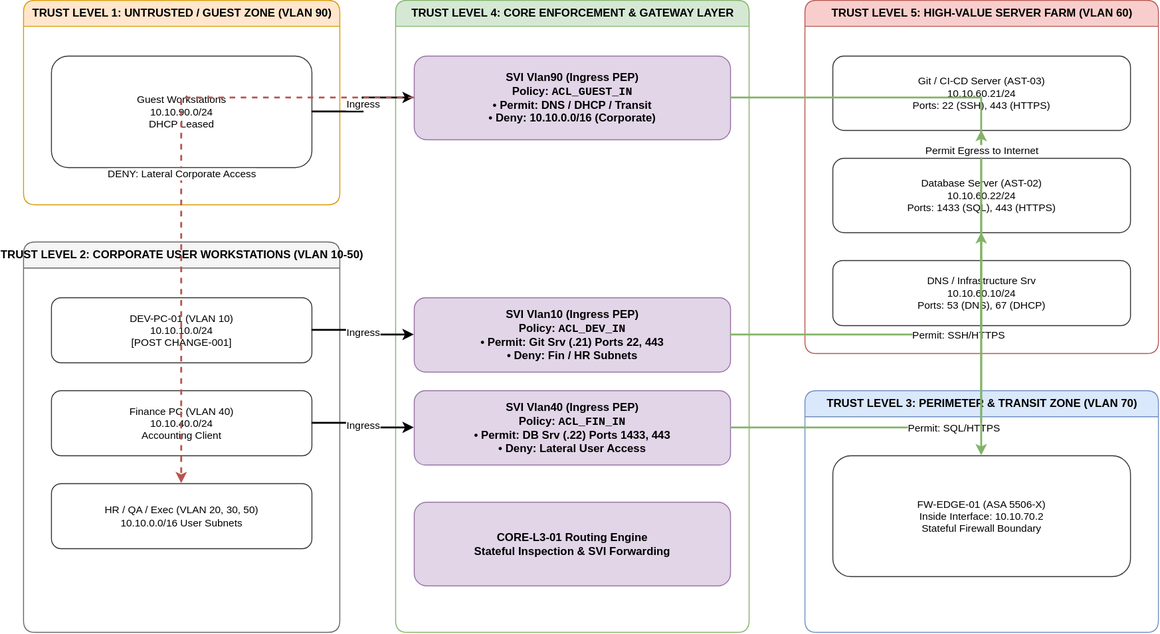
dec2609/enterprise-network-infrastructure-blueprint keeps this draw.io diagram as architecture/security/acl_security_boundary.svg. Above is the earlier version. Source tidied: cells renumbered, new cells last; positions are measured from the earlier drawing's top-left corner, leaving out a move shared by most shapes.
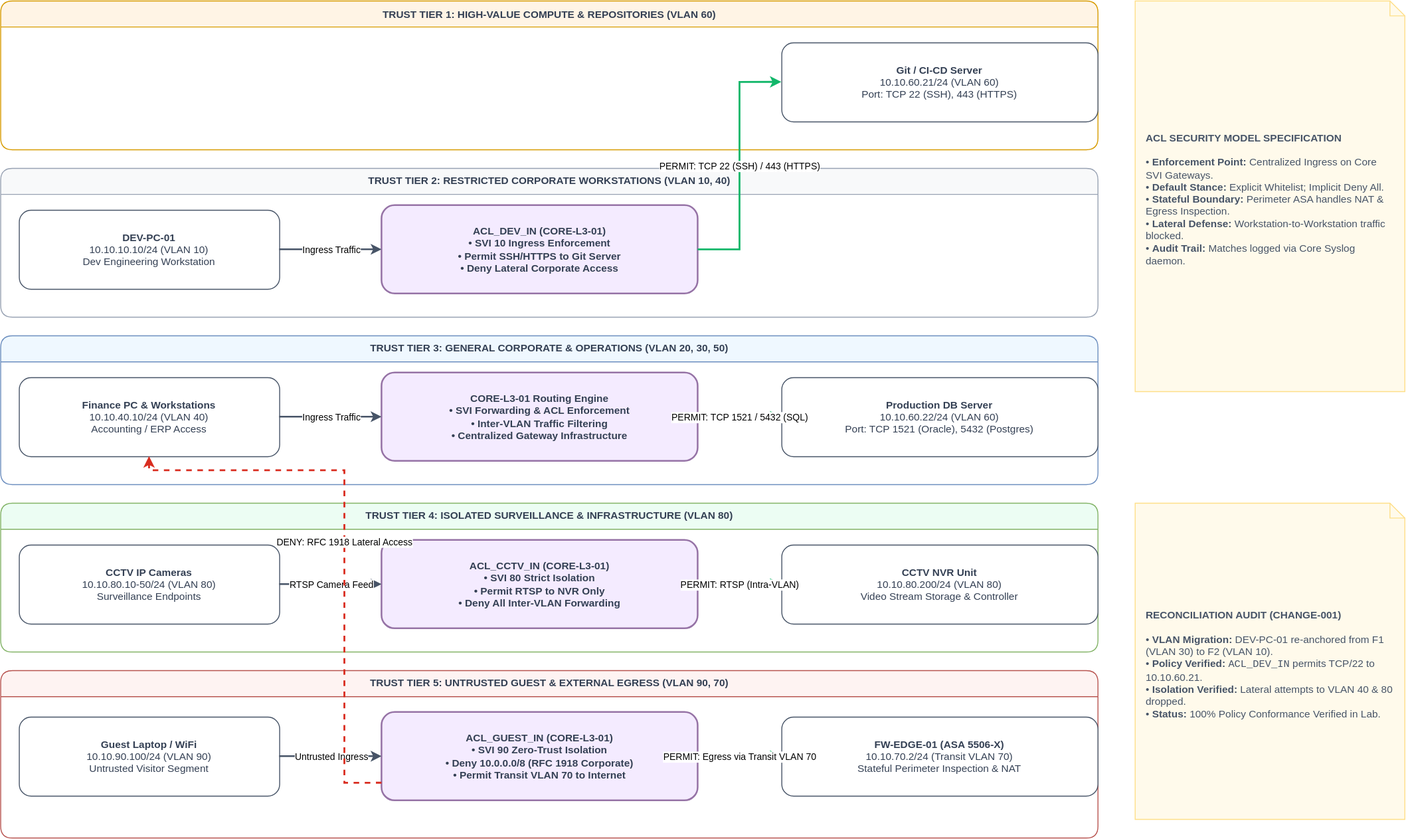
The same file after the commit.

Diff of the diagram source:
```diff
@@ -2,77 +2,100 @@
   <root>
     <mxCell id="0" />
     <mxCell id="1" parent="0" />
-    <mxCell id="2" value="TRUST LEVEL 1: UNTRUSTED / GUEST ZONE (VLAN 90)" style="swimlane;html=1;rounded=1;fillColor=#ffe6cc;strokeColor=#d79b00;fontStyle=1;startSize=28;" parent="1" vertex="1">
-      <mxGeometry width="340" height="220" as="geometry" />
-    </mxCell>
-    <mxCell id="3" value="TRUST LEVEL 2: CORPORATE USER WORKSTATIONS (VLAN 10-50)" style="swimlane;html=1;rounded=1;fillColor=#f5f5f5;strokeColor=#666666;fontStyle=1;startSize=28;" parent="1" vertex="1">
-      <mxGeometry y="260" width="340" height="420" as="geometry" />
-    </mxCell>
-    <mxCell id="4" value="TRUST LEVEL 4: CORE ENFORCEMENT &amp; GATEWAY LAYER" style="swimlane;html=1;rounded=1;fillColor=#d5e8d4;strokeColor=#82b366;fontStyle=1;startSize=28;" parent="1" vertex="1">
-      <mxGeometry x="400" width="380" height="680" as="geometry" />
-    </mxCell>
-    <mxCell id="5" value="TRUST LEVEL 5: HIGH-VALUE SERVER FARM (VLAN 60)" style="swimlane;html=1;rounded=1;fillColor=#f8cecc;strokeColor=#b85450;fontStyle=1;startSize=28;" parent="1" vertex="1">
-      <mxGeometry x="840" width="380" height="380" as="geometry" />
-    </mxCell>
-    <mxCell id="6" value="TRUST LEVEL 3: PERIMETER &amp; TRANSIT ZONE (VLAN 70)" style="swimlane;html=1;rounded=1;fillColor=#dae8fc;strokeColor=#6c8ebf;fontStyle=1;startSize=28;" parent="1" vertex="1">
-      <mxGeometry x="840" y="420" width="380" height="260" as="geometry" />
-    </mxCell>
-    <mxCell id="7" value="Guest Workstations&lt;br&gt;10.10.90.0/24&lt;br&gt;DHCP Leased" style="rounded=1;whiteSpace=wrap;html=1;fillColor=#ffffff;strokeColor=#333333;fontSize=11;" parent="1" vertex="1">
-      <mxGeometry x="30" y="60" width="280" height="120" as="geometry" />
-    </mxCell>
-    <mxCell id="8" value="DEV-PC-01 (VLAN 10)&lt;br&gt;10.10.10.0/24&lt;br&gt;[POST CHANGE-001]" style="rounded=1;whiteSpace=wrap;html=1;fillColor=#ffffff;strokeColor=#333333;fontSize=11;" parent="1" vertex="1">
-      <mxGeometry x="30" y="320" width="280" height="70" as="geometry" />
-    </mxCell>
-    <mxCell id="9" value="Finance PC (VLAN 40)&lt;br&gt;10.10.40.0/24&lt;br&gt;Accounting Client" style="rounded=1;whiteSpace=wrap;html=1;fillColor=#ffffff;strokeColor=#333333;fontSize=11;" parent="1" vertex="1">
-      <mxGeometry x="30" y="420" width="280" height="70" as="geometry" />
-    </mxCell>
-    <mxCell id="10" value="HR / QA / Exec (VLAN 20, 30, 50)&lt;br&gt;10.10.0.0/16 User Subnets" style="rounded=1;whiteSpace=wrap;html=1;fillColor=#ffffff;strokeColor=#333333;fontSize=11;" parent="1" vertex="1">
-      <mxGeometry x="30" y="520" width="280" height="70" as="geometry" />
-    </mxCell>
+    <mxCell id="26" value="TRUST TIER 1: HIGH-VALUE COMPUTE &amp; REPOSITORIES (VLAN 60)" style="swimlane;html=1;rounded=1;startSize=28;fontStyle=1;fontSize=11;fontColor=#344054;align=center;verticalAlign=middle;fontFamily=Arial, Helvetica, sans-serif;fillColor=#FFF4E5;strokeColor=#D79B00;swimlaneFillColor=#FFFFFF;" parent="1" vertex="1">
+      <mxGeometry x="-10" y="-10" width="1180" height="160" as="geometry" />
+    </mxCell>
+    <mxCell id="15" value="&lt;b&gt;Git / CI-CD Server&lt;/b&gt;&lt;br&gt;10.10.60.21/24 (VLAN 60)&lt;br&gt;Port: TCP 22 (SSH), 443 (HTTPS)" style="rounded=1;whiteSpace=wrap;html=1;fontSize=11;fontColor=#344054;align=center;verticalAlign=middle;fontFamily=Arial, Helvetica, sans-serif;fillColor=#FFFFFF;strokeColor=#475467;strokeWidth=1;" parent="26" vertex="1">
+      <mxGeometry x="840" y="45" width="340" height="85" as="geometry" />
+    </mxCell>
+    <mxCell id="27" value="TRUST TIER 2: RESTRICTED CORPORATE WORKSTATIONS (VLAN 10, 40)" style="swimlane;html=1;rounded=1;startSize=28;fontStyle=1;fontSize=11;fontColor=#344054;align=center;verticalAlign=middle;fontFamily=Arial, Helvetica, sans-serif;fillColor=#F8F9FA;strokeColor=#98A2B3;swimlaneFillColor=#FFFFFF;" parent="1" vertex="1">
+      <mxGeometry x="-10" y="170" width="1180" height="160" as="geometry" />
+    </mxCell>
+    <mxCell id="28" value="&lt;b&gt;DEV-PC-01&lt;/b&gt;&lt;br&gt;10.10.10.10/24 (VLAN 10)&lt;br&gt;Dev Engineering Workstation" style="rounded=1;whiteSpace=wrap;html=1;fontSize=11;fontColor=#344054;align=center;verticalAlign=middle;fontFamily=Arial, Helvetica, sans-serif;fillColor=#FFFFFF;strokeColor=#475467;strokeWidth=1;" parent="27" vertex="1">
+      <mxGeometry x="20" y="45" width="280" height="85" as="geometry" />
+    </mxCell>
+    <mxCell id="12" value="&lt;b&gt;ACL_DEV_IN (CORE-L3-01)&lt;/b&gt;&lt;br&gt;• SVI 10 Ingress Enforcement&lt;br&gt;• Permit SSH/HTTPS to Git Server&lt;br&gt;• Deny Lateral Corporate Access" style="rounded=1;whiteSpace=wrap;html=1;fontSize=11;fontColor=#344054;align=center;verticalAlign=middle;fontFamily=Arial, Helvetica, sans-serif;fillColor=#F4EBFF;strokeColor=#9673A6;strokeWidth=1.8;fontStyle=1;" parent="27" vertex="1">
+      <mxGeometry x="410" y="40" width="340" height="95" as="geometry" />
+    </mxCell>
+    <mxCell id="29" value="TRUST TIER 3: GENERAL CORPORATE &amp; OPERATIONS (VLAN 20, 30, 50)" style="swimlane;html=1;rounded=1;startSize=28;fontStyle=1;fontSize=11;fontColor=#344054;align=center;verticalAlign=middle;fontFamily=Arial, Helvetica, sans-serif;fillColor=#EFF8FF;strokeColor=#6C8EBF;swimlaneFillColor=#FFFFFF;" parent="1" vertex="1">
+      <mxGeometry x="-10" y="350" width="1180" height="160" as="geometry" />
+    </mxCell>
+    <mxCell id="30" value="&lt;b&gt;Finance PC &amp; Workstations&lt;/b&gt;&lt;br&gt;10.10.40.10/24 (VLAN 40)&lt;br&gt;Accounting / ERP Access" style="rounded=1;whiteSpace=wrap;html=1;fontSize=11;fontColor=#344054;align=center;verticalAlign=middle;fontFamily=Arial, Helvetica, sans-serif;fillColor=#FFFFFF;strokeColor=#475467;strokeWidth=1;" parent="29" vertex="1">
+      <mxGeometry x="20" y="45" width="280" height="85" as="geometry" />
+    </mxCell>
+    <mxCell id="31" value="&lt;b&gt;CORE-L3-01 Routing Engine&lt;/b&gt;&lt;br&gt;• SVI Forwarding &amp; ACL Enforcement&lt;br&gt;• Inter-VLAN Traffic Filtering&lt;br&gt;• Centralized Gateway Infrastructure" style="rounded=1;whiteSpace=wrap;html=1;fontSize=11;fontColor=#344054;align=center;verticalAlign=middle;fontFamily=Arial, Helvetica, sans-serif;fillColor=#F4EBFF;strokeColor=#9673A6;strokeWidth=1.8;fontStyle=1;" parent="29" vertex="1">
+      <mxGeometry x="410" y="40" width="340" height="95" as="geometry" />
+    </mxCell>
+    <mxCell id="16" value="&lt;b&gt;Production DB Server&lt;/b&gt;&lt;br&gt;10.10.60.22/24 (VLAN 60)&lt;br&gt;Port: TCP 1521 (Oracle), 5432 (Postgres)" style="rounded=1;whiteSpace=wrap;html=1;fontSize=11;fontColor=#344054;align=center;verticalAlign=middle;fontFamily=Arial, Helvetica, sans-serif;fillColor=#FFFFFF;strokeColor=#475467;strokeWidth=1;" parent="29" vertex="1">
+      <mxGeometry x="840" y="45" width="340" height="85" as="geometry" />
+    </mxCell>
+    <mxCell id="32" value="TRUST TIER 4: ISOLATED SURVEILLANCE &amp; INFRASTRUCTURE (VLAN 80)" style="swimlane;html=1;rounded=1;startSize=28;fontStyle=1;fontSize=11;fontColor=#344054;align=center;verticalAlign=middle;fontFamily=Arial, Helvetica, sans-serif;fillColor=#ECFDF3;strokeColor=#82B366;swimlaneFillColor=#FFFFFF;" parent="1" vertex="1">
+      <mxGeometry x="-10" y="530" width="1180" height="160" as="geometry" />
+    </mxCell>
+    <mxCell id="33" value="&lt;b&gt;CCTV IP Cameras&lt;/b&gt;&lt;br&gt;10.10.80.10-50/24 (VLAN 80)&lt;br&gt;Surveillance Endpoints" style="rounded=1;whiteSpace=wrap;html=1;fontSize=11;fontColor=#344054;align=center;verticalAlign=middle;fontFamily=Arial, Helvetica, sans-serif;fillColor=#FFFFFF;strokeColor=#475467;strokeWidth=1;" parent="32" vertex="1">
+      <mxGeometry x="20" y="45" width="280" height="85" as="geometry" />
+    </mxCell>
+    <mxCell id="34" value="&lt;b&gt;ACL_CCTV_IN (CORE-L3-01)&lt;/b&gt;&lt;br&gt;• SVI 80 Strict Isolation&lt;br&gt;• Permit RTSP to NVR Only&lt;br&gt;• Deny All Inter-VLAN Forwarding" style="rounded=1;whiteSpace=wrap;html=1;fontSize=11;fontColor=#344054;align=center;verticalAlign=middle;fontFamily=Arial, Helvetica, sans-serif;fillColor=#F4EBFF;strokeColor=#9673A6;strokeWidth=1.8;fontStyle=1;" parent="32" vertex="1">
+      <mxGeometry x="410" y="40" width="340" height="95" as="geometry" />
+    </mxCell>
+    <mxCell id="35" value="&lt;b&gt;CCTV NVR Unit&lt;/b&gt;&lt;br&gt;10.10.80.200/24 (VLAN 80)&lt;br&gt;Video Stream Storage &amp; Controller" style="rounded=1;whiteSpace=wrap;html=1;fontSize=11;fontColor=#344054;align=center;verticalAlign=middle;fontFamily=Arial, Helvetica, sans-serif;fillColor=#FFFFFF;strokeColor=#475467;strokeWidth=1;" parent="32" vertex="1">
+      <mxGeometry x="840" y="45" width="340" height="85" as="geometry" />
+    </mxCell>
+    <mxCell id="36" value="TRUST TIER 5: UNTRUSTED GUEST &amp; EXTERNAL EGRESS (VLAN 90, 70)" style="swimlane;html=1;rounded=1;startSize=28;fontStyle=1;fontSize=11;fontColor=#344054;align=center;verticalAlign=middle;fontFamily=Arial, Helvetica, sans-serif;fillColor=#FEF3F2;strokeColor=#B85450;swimlaneFillColor=#FFFFFF;" parent="1" vertex="1">
+      <mxGeometry x="-10" y="710" width="1180" height="180" as="geometry" />
+    </mxCell>
+    <mxCell id="37" value="&lt;b&gt;Guest Laptop / WiFi&lt;/b&gt;&lt;br&gt;10.10.90.100/24 (VLAN 90)&lt;br&gt;Untrusted Visitor Segment" style="rounded=1;whiteSpace=wrap;html=1;fontSize=11;fontColor=#344054;align=center;verticalAlign=middle;fontFamily=Arial, Helvetica, sans-serif;fillColor=#FFFFFF;strokeColor=#475467;strokeWidth=1;" parent="36" vertex="1">
+      <mxGeometry x="20" y="50" width="280" height="85" as="geometry" />
+    </mxCell>
-    <mxCell id="11" value="&lt;b&gt;SVI Vlan90 (Ingress PEP)&lt;/b&gt;&lt;br&gt;Policy: &lt;code&gt;ACL_GUEST_IN&lt;/code&gt;&lt;br&gt;• Permit: DNS / DHCP / Transit&lt;br&gt;• Deny: 10.10.0.0/16 (Corporate)" style="rounded=1;whiteSpace=wrap;html=1;fillColor=#e1d5e7;strokeColor=#9673a6;fontStyle=1;fontSize=12;" parent="1" vertex="1">
-      <mxGeometry x="420" y="60" width="340" height="90" as="geometry" />
+    <mxCell id="11" value="&lt;b&gt;ACL_GUEST_IN (CORE-L3-01)&lt;/b&gt;&lt;br&gt;• SVI 90 Zero-Trust Isolation&lt;br&gt;• Deny 10.0.0.0/8 (RFC 1918 Corporate)&lt;br&gt;• Permit Transit VLAN 70 to Internet" style="rounded=1;whiteSpace=wrap;html=1;fontSize=11;fontColor=#344054;align=center;verticalAlign=middle;fontFamily=Arial, Helvetica, sans-serif;fillColor=#F4EBFF;strokeColor=#9673A6;strokeWidth=1.8;fontStyle=1;" parent="36" vertex="1">
+      <mxGeometry x="410" y="45" width="340" height="95" as="geometry" />
     </mxCell>
-    <mxCell id="12" value="&lt;b&gt;SVI Vlan10 (Ingress PEP)&lt;/b&gt;&lt;br&gt;Policy: &lt;code&gt;ACL_DEV_IN&lt;/code&gt;&lt;br&gt;• Permit: Git Srv (.21) Ports 22, 443&lt;br&gt;• Deny: Fin / HR Subnets" style="rounded=1;whiteSpace=wrap;html=1;fillColor=#e1d5e7;strokeColor=#9673a6;fontStyle=1;fontSize=12;" parent="1" vertex="1">
-      <mxGeometry x="420" y="320" width="340" height="80" as="geometry" />
-    </mxCell>
-    <mxCell id="13" value="&lt;b&gt;SVI Vlan40 (Ingress PEP)&lt;/b&gt;&lt;br&gt;Policy: &lt;code&gt;ACL_FIN_IN&lt;/code&gt;&lt;br&gt;• Permit: DB Srv (.22) Ports 1433, 443&lt;br&gt;• Deny: Lateral User Access" style="rounded=1;whiteSpace=wrap;html=1;fillColor=#e1d5e7;strokeColor=#9673a6;fontStyle=1;fontSize=12;" parent="1" vertex="1">
-      <mxGeometry x="420" y="420" width="340" height="80" as="geometry" />
-    </mxCell>
-    <mxCell id="14" value="&lt;b&gt;CORE-L3-01 Routing Engine&lt;/b&gt;&lt;br&gt;Stateful Inspection &amp; SVI Forwarding" style="rounded=1;whiteSpace=wrap;html=1;fillColor=#e1d5e7;strokeColor=#9673a6;fontStyle=1;fontSize=12;" parent="1" vertex="1">
-      <mxGeometry x="420" y="540" width="340" height="90" as="geometry" />
-    </mxCell>
-    <mxCell id="15" value="Git / CI-CD Server (AST-03)&lt;br&gt;10.10.60.21/24&lt;br&gt;Ports: 22 (SSH), 443 (HTTPS)" style="rounded=1;whiteSpace=wrap;html=1;fillColor=#ffffff;strokeColor=#333333;fontSize=11;" parent="1" vertex="1">
-      <mxGeometry x="870" y="60" width="320" height="80" as="geometry" />
-    </mxCell>
-    <mxCell id="16" value="Database Server (AST-02)&lt;br&gt;10.10.60.22/24&lt;br&gt;Ports: 1433 (SQL), 443 (HTTPS)" style="rounded=1;whiteSpace=wrap;html=1;fillColor=#ffffff;strokeColor=#333333;fontSize=11;" parent="1" vertex="1">
-      <mxGeometry x="870" y="170" width="320" height="80" as="geometry" />
-    </mxCell>
-    <mxCell id="17" value="DNS / Infrastructure Srv&lt;br&gt;10.10.60.10/24&lt;br&gt;Ports: 53 (DNS), 67 (DHCP)" style="rounded=1;whiteSpace=wrap;html=1;fillColor=#ffffff;strokeColor=#333333;fontSize=11;" parent="1" vertex="1">
-      <mxGeometry x="870" y="280" width="320" height="70" as="geometry" />
-    </mxCell>
-    <mxCell id="18" value="FW-EDGE-01 (ASA 5506-X)&lt;br&gt;Inside Interface: 10.10.70.2&lt;br&gt;Stateful Firewall Boundary" style="rounded=1;whiteSpace=wrap;html=1;fillColor=#ffffff;strokeColor=#333333;fontSize=11;" parent="1" vertex="1">
-      <mxGeometry x="870" y="490" width="320" height="130" as="geometry" />
+    <mxCell id="18" value="&lt;b&gt;FW-EDGE-01 (ASA 5506-X)&lt;/b&gt;&lt;br&gt;10.10.70.2/24 (Transit VLAN 70)&lt;br&gt;Stateful Perimeter Inspection &amp; NAT" style="rounded=1;whiteSpace=wrap;html=1;fontSize=11;fontColor=#344054;align=center;verticalAlign=middle;fontFamily=Arial, Helvetica, sans-serif;fillColor=#FFFFFF;strokeColor=#475467;strokeWidth=1;" parent="36" vertex="1">
+      <mxGeometry x="840" y="50" width="340" height="85" as="geometry" />
     </mxCell>
-    <mxCell id="19" value="Ingress" style="edgeStyle=orthogonalEdgeStyle;rounded=0;html=1;strokeWidth=2;" parent="1" edge="1" source="7" target="11">
-      <mxGeometry relative="1" as="geometry" />
-    </mxCell>
-    <mxCell id="20" value="Ingress" style="edgeStyle=orthogonalEdgeStyle;rounded=0;html=1;strokeWidth=2;" parent="1" edge="1" source="8" target="12">
-      <mxGeometry relative="1" as="geometry" />
-    </mxCell>
-    <mxCell id="21" value="Ingress" style="edgeStyle=orthogonalEdgeStyle;rounded=0;html=1;strokeWidth=2;" parent="1" edge="1" source="9" target="13">
-      <mxGeometry relative="1" as="geometry" />
-    </mxCell>
+    <mxCell id="38" value="&lt;b&gt;ACL SECURITY MODEL SPECIFICATION&lt;/b&gt;&lt;br&gt;&lt;br&gt;• &lt;b&gt;Enforcement Point:&lt;/b&gt; Centralized Ingress on Core SVI Gateways.&lt;br&gt;• &lt;b&gt;Default Stance:&lt;/b&gt; Explicit Whitelist; Implicit Deny All.&lt;br&gt;• &lt;b&gt;Stateful Boundary:&lt;/b&gt; Perimeter ASA handles NAT &amp; Egress Inspection.&lt;br&gt;• &lt;b&gt;Lateral Defense:&lt;/b&gt; Workstation-to-Workstation traffic blocked.&lt;br&gt;• &lt;b&gt;Audit Trail:&lt;/b&gt; Matches logged via Core Syslog daemon." style="shape=note;whiteSpace=wrap;html=1;fillColor=#FFFAEB;strokeColor=#FEDF89;fontSize=11;fontColor=#475467;align=left;spacingLeft=10;spacingTop=8;spacingRight=10;size=16;fontFamily=Arial, Helvetica, sans-serif;" parent="1" vertex="1">
+      <mxGeometry x="1210" y="-10" width="290" height="420" as="geometry" />
+    </mxCell>
+    <mxCell id="39" value="&lt;b&gt;RECONCILIATION AUDIT (CHANGE-001)&lt;/b&gt;&lt;br&gt;&lt;br&gt;• &lt;b&gt;VLAN Migration:&lt;/b&gt; DEV-PC-01 re-anchored from F1 (VLAN 30) to F2 (VLAN 10).&lt;br&gt;• &lt;b&gt;Policy Verified:&lt;/b&gt; &lt;code&gt;ACL_DEV_IN&lt;/code&gt; permits TCP/22 to 10.10.60.21.&lt;br&gt;• &lt;b&gt;Isolation Verified:&lt;/b&gt; Lateral attempts to VLAN 40 &amp; 80 dropped.&lt;br&gt;• &lt;b&gt;Status:&lt;/b&gt; 100% Policy Conformance Verified in Lab." style="shape=note;whiteSpace=wrap;html=1;fillColor=#FFFAEB;strokeColor=#FEDF89;fontSize=11;fontColor=#475467;align=left;spacingLeft=10;spacingTop=8;spacingRight=10;size=16;fontFamily=Arial, Helvetica, sans-serif;" parent="1" vertex="1">
+      <mxGeometry x="1210" y="530" width="290" height="340" as="geometry" />
+    </mxCell>
+    <mxCell id="40" value="Ingress Traffic" style="edgeStyle=orthogonalEdgeStyle;rounded=0;jettySize=auto;html=1;fontSize=10;align=center;labelBackgroundColor=#FFFFFF;fontFamily=Arial, Helvetica, sans-serif;strokeColor=#475467;strokeWidth=1.8;exitX=1.0;exitY=0.5;exitDx=0;exitDy=0;entryX=0.0;entryY=0.5;entryDx=0;entryDy=0;" parent="1" edge="1" source="28" target="12">
+      <mxGeometry relative="1" as="geometry" />
+    </mxCell>
-    <mxCell id="22" value="Permit: SSH/HTTPS" style="edgeStyle=orthogonalEdgeStyle;rounded=0;html=1;strokeWidth=2;strokeColor=#82b366;" parent="1" edge="1" source="12" target="15">
-      <mxGeometry relative="1" as="geometry" />
+    <mxCell id="22" value="PERMIT: TCP 22 (SSH) / 443 (HTTPS)" style="edgeStyle=orthogonalEdgeStyle;rounded=0;jettySize=auto;html=1;fontSize=10;align=center;labelBackgroundColor=#FFFFFF;fontFamily=Arial, Helvetica, sans-serif;strokeColor=#12B76A;strokeWidth=2;exitX=1.0;exitY=0.5;exitDx=0;exitDy=0;entryX=0.0;entryY=0.5;entryDx=0;entryDy=0;" parent="1" edge="1" source="12" target="15">
+      <mxGeometry relative="1" as="geometry">
+        <Array as="points">
+          <mxPoint x="785" y="257" />
+          <mxPoint x="785" y="77" />
+        </Array>
+      </mxGeometry>
     </mxCell>
-    <mxCell id="23" value="Permit: SQL/HTTPS" style="edgeStyle=orthogonalEdgeStyle;rounded=0;html=1;strokeWidth=2;strokeColor=#82b366;" parent="1" edge="1" source="13" target="16">
-      <mxGeometry relative="1" as="geometry" />
-    </mxCell>
+    <mxCell id="41" value="Ingress Traffic" style="edgeStyle=orthogonalEdgeStyle;rounded=0;jettySize=auto;html=1;fontSize=10;align=center;labelBackgroundColor=#FFFFFF;fontFamily=Arial, Helvetica, sans-serif;strokeColor=#475467;strokeWidth=1.8;exitX=1.0;exitY=0.5;exitDx=0;exitDy=0;entryX=0.0;entryY=0.5;entryDx=0;entryDy=0;" parent="1" edge="1" source="30" target="31">
+      <mxGeometry relative="1" as="geometry" />
+    </mxCell>
+    <mxCell id="42" value="PERMIT: TCP 1521 / 5432 (SQL)" style="edgeStyle=orthogonalEdgeStyle;rounded=0;jettySize=auto;html=1;fontSize=10;align=center;labelBackgroundColor=#FFFFFF;fontFamily=Arial, Helvetica, sans-serif;strokeColor=#12B76A;strokeWidth=2;exitX=1.0;exitY=0.5;exitDx=0;exitDy=0;entryX=0.0;entryY=0.5;entryDx=0;entryDy=0;" parent="1" edge="1" source="31" target="16">
+      <mxGeometry relative="1" as="geometry" />
+    </mxCell>
+    <mxCell id="43" value="RTSP Camera Feed" style="edgeStyle=orthogonalEdgeStyle;rounded=0;jettySize=auto;html=1;fontSize=10;align=center;labelBackgroundColor=#FFFFFF;fontFamily=Arial, Helvetica, sans-serif;strokeColor=#475467;strokeWidth=1.8;exitX=1.0;exitY=0.5;exitDx=0;exitDy=0;entryX=0.0;entryY=0.5;entryDx=0;entryDy=0;" parent="1" edge="1" source="33" target="34">
+      <mxGeometry relative="1" as="geometry" />
+    </mxCell>
+    <mxCell id="44" value="PERMIT: RTSP (Intra-VLAN)" style="edgeStyle=orthogonalEdgeStyle;rounded=0;jettySize=auto;html=1;fontSize=10;align=center;labelBackgroundColor=#FFFFFF;fontFamily=Arial, Helvetica, sans-serif;strokeColor=#12B76A;strokeWidth=2;exitX=1.0;exitY=0.5;exitDx=0;exitDy=0;entryX=0.0;entryY=0.5;entryDx=0;entryDy=0;" parent="1" edge="1" source="34" target="35">
+      <mxGeometry relative="1" as="geometry" />
+    </mxCell>
+    <mxCell id="45" value="Untrusted Ingress" style="edgeStyle=orthogonalEdgeStyle;rounded=0;jettySize=auto;html=1;fontSize=10;align=center;labelBackgroundColor=#FFFFFF;fontFamily=Arial, Helvetica, sans-serif;strokeColor=#475467;strokeWidth=1.8;exitX=1.0;exitY=0.5;exitDx=0;exitDy=0;entryX=0.0;entryY=0.5;entryDx=0;entryDy=0;" parent="1" edge="1" source="37" target="11">
+      <mxGeometry relative="1" as="geometry" />
+    </mxCell>
-    <mxCell id="24" value="Permit Egress to Internet" style="edgeStyle=orthogonalEdgeStyle;rounded=0;html=1;strokeWidth=2;strokeColor=#82b366;" parent="1" edge="1" source="11" target="18">
+    <mxCell id="24" value="PERMIT: Egress via Transit VLAN 70" style="edgeStyle=orthogonalEdgeStyle;rounded=0;jettySize=auto;html=1;fontSize=10;align=center;labelBackgroundColor=#FFFFFF;fontFamily=Arial, Helvetica, sans-serif;strokeColor=#12B76A;strokeWidth=2;exitX=1.0;exitY=0.5;exitDx=0;exitDy=0;entryX=0.0;entryY=0.5;entryDx=0;entryDy=0;" parent="1" edge="1" source="11" target="18">
       <mxGeometry relative="1" as="geometry" />
     </mxCell>
-    <mxCell id="25" value="DENY: Lateral Corporate Access" style="edgeStyle=orthogonalEdgeStyle;rounded=0;html=1;strokeWidth=2;strokeColor=#b85450;dashed=1;" parent="1" edge="1" source="11" target="10">
-      <mxGeometry relative="1" as="geometry" />
-    </mxCell>
+    <mxCell id="46" value="DENY: RFC 1918 Lateral Access" style="edgeStyle=orthogonalEdgeStyle;rounded=0;jettySize=auto;html=1;fontSize=10;align=center;labelBackgroundColor=#FFFFFF;fontFamily=Arial, Helvetica, sans-serif;strokeColor=#D92D20;strokeWidth=2;dashed=1;exitX=0.0;exitY=0.8;exitDx=0;exitDy=0;entryX=0.5;entryY=1.0;entryDx=0;entryDy=0;" parent="1" edge="1" source="11" target="30">
+      <mxGeometry relative="1" as="geometry">
+        <Array as="points">
+          <mxPoint x="360" y="831" />
+          <mxPoint x="360" y="495" />
+          <mxPoint x="150" y="495" />
+        </Array>
+      </mxGeometry>
+    </mxCell>
   </root>
 </mxGraphModel>
```
